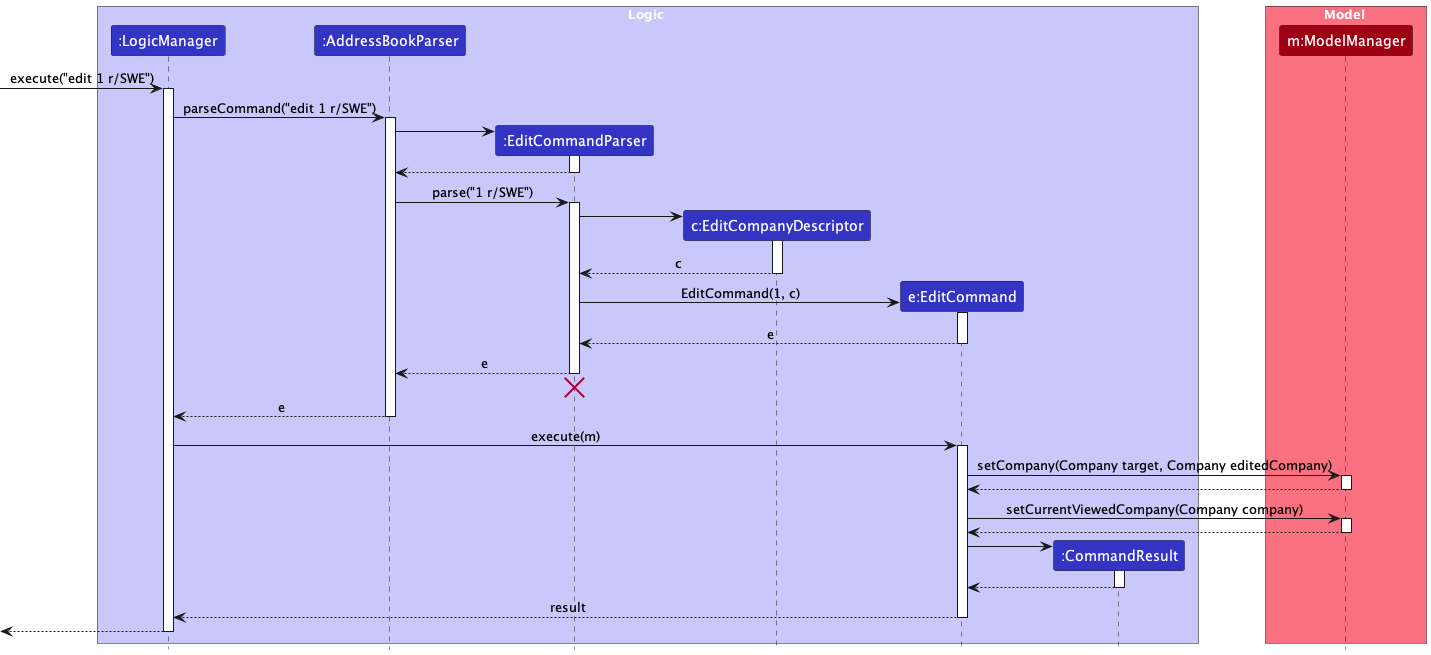
Above: docs/images/EditSequenceDiagram.png in tayruxin/tp (PlantUML), before the change.
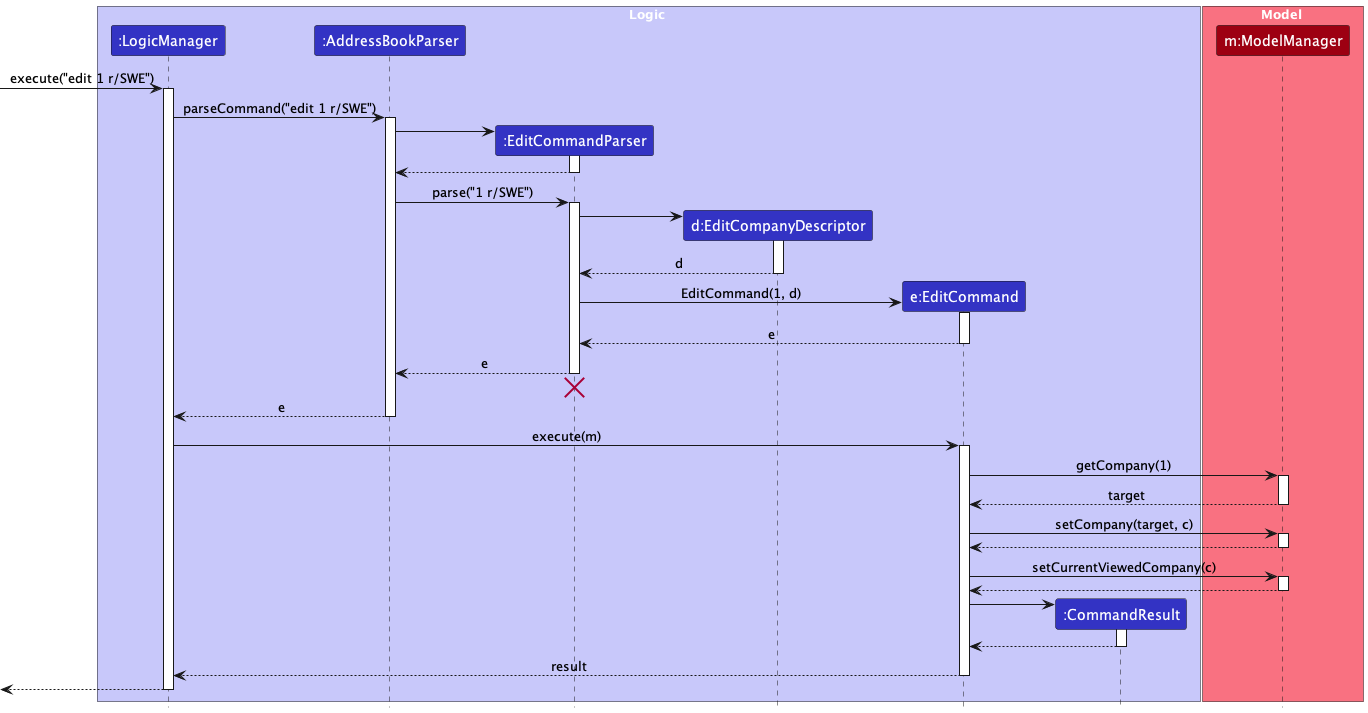
After the change.

Change to the diagram source:
```diff
@@ -7,7 +7,7 @@
 participant ":LogicManager" as LogicManager LOGIC_COLOR
 participant ":AddressBookParser" as AddressBookParser LOGIC_COLOR
 participant ":EditCommandParser" as EditCommandParser LOGIC_COLOR
-participant "c:EditCompanyDescriptor" as EditCompanyDescriptor LOGIC_COLOR
+participant "d:EditCompanyDescriptor" as EditCompanyDescriptor LOGIC_COLOR
 participant "e:EditCommand" as EditCommand LOGIC_COLOR
 participant ":CommandResult" as CommandResult LOGIC_COLOR
 
@@ -37,11 +37,11 @@
 EditCommandParser -> EditCompanyDescriptor
 activate EditCompanyDescriptor
 
-EditCompanyDescriptor --> EditCommandParser : c
+EditCompanyDescriptor --> EditCommandParser : d
 deactivate EditCompanyDescriptor
 
 create EditCommand
-EditCommandParser -> EditCommand : EditCommand(1, c)
+EditCommandParser -> EditCommand : EditCommand(1, d)
 activate EditCommand
 
 EditCommand --> EditCommandParser : e
@@ -58,13 +58,19 @@
 LogicManager -> EditCommand : execute(m)
 activate EditCommand
 
-EditCommand -> Model : setCompany(Company target, Company editedCompany)
+EditCommand -> Model : getCompany(1)
+activate Model
+
+Model --> EditCommand : target
+deactivate Model
+
+EditCommand -> Model : setCompany(target, c)
 activate Model
 
 Model --> EditCommand
 deactivate Model
 
-EditCommand -> Model : setCurrentViewedCompany(Company company)
+EditCommand -> Model : setCurrentViewedCompany(c)
 activate Model
 
 Model --> EditCommand
```
